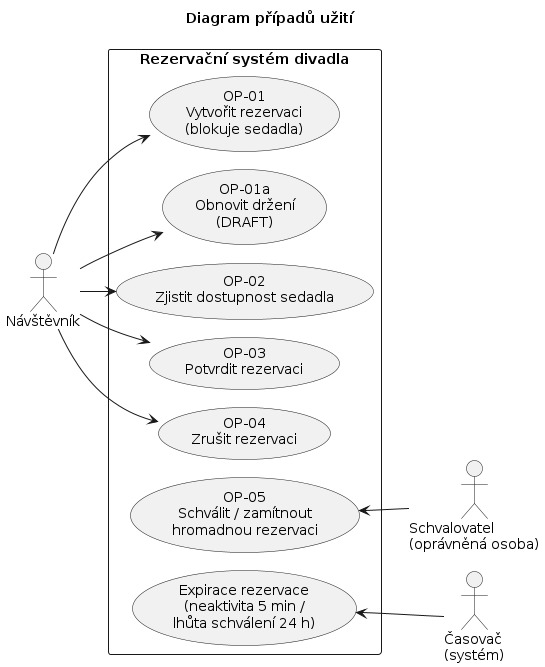
The PlantUML diagram docs/diagrams/c02/use-case.png in jn-flk/SWI, before a commit. Its diagram source:
```plantuml
@startuml
!pragma layout smetana
title Diagram případů užití
left to right direction

actor "Návštěvník" as V
actor "Schvalovatel\n(oprávněná osoba)" as A
actor "Časovač\n(systém)" as T

rectangle "Rezervační systém divadla" {
  usecase "OP-01\nVytvořit rezervaci\n(blokuje sedadla)" as OP1
  usecase "OP-01a\nObnovit držení\n(DRAFT)" as OP1A
  usecase "OP-02\nZjistit dostupnost sedadla" as OP2
  usecase "OP-03\nPotvrdit rezervaci" as OP3
  usecase "OP-04\nZrušit rezervaci" as OP4
  usecase "OP-05\nSchválit / zamítnout\nhromadnou rezervaci" as OP5
  usecase "Expirace rezervace\n(neaktivita 5 min /\nlhůta schválení 24 h)" as EXP
}

V --> OP1
V --> OP1A
V --> OP2
V --> OP3
V --> OP4
OP5 <-- A
EXP <-- T
@enduml
```
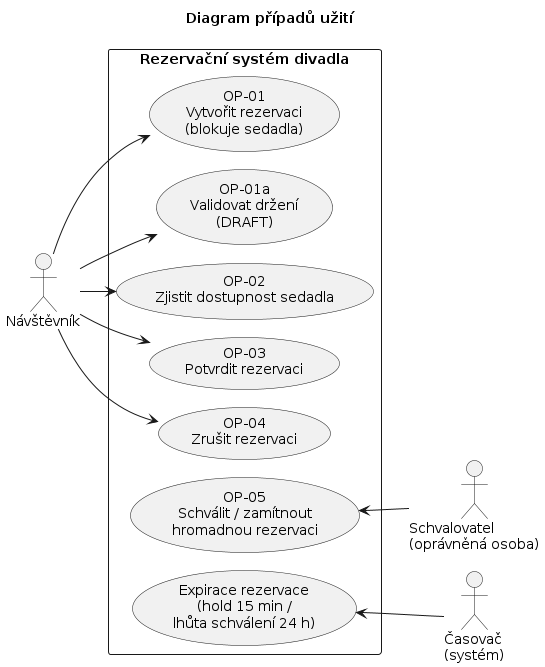
Later version of the same file.

Change to the diagram source:
```diff
@@ -9,12 +9,12 @@
 
 rectangle "Rezervační systém divadla" {
   usecase "OP-01\nVytvořit rezervaci\n(blokuje sedadla)" as OP1
-  usecase "OP-01a\nObnovit držení\n(DRAFT)" as OP1A
+  usecase "OP-01a\nValidovat držení\n(DRAFT)" as OP1A
   usecase "OP-02\nZjistit dostupnost sedadla" as OP2
   usecase "OP-03\nPotvrdit rezervaci" as OP3
   usecase "OP-04\nZrušit rezervaci" as OP4
   usecase "OP-05\nSchválit / zamítnout\nhromadnou rezervaci" as OP5
-  usecase "Expirace rezervace\n(neaktivita 5 min /\nlhůta schválení 24 h)" as EXP
+  usecase "Expirace rezervace\n(hold 15 min /\nlhůta schválení 24 h)" as EXP
 }
 
 V --> OP1
```
